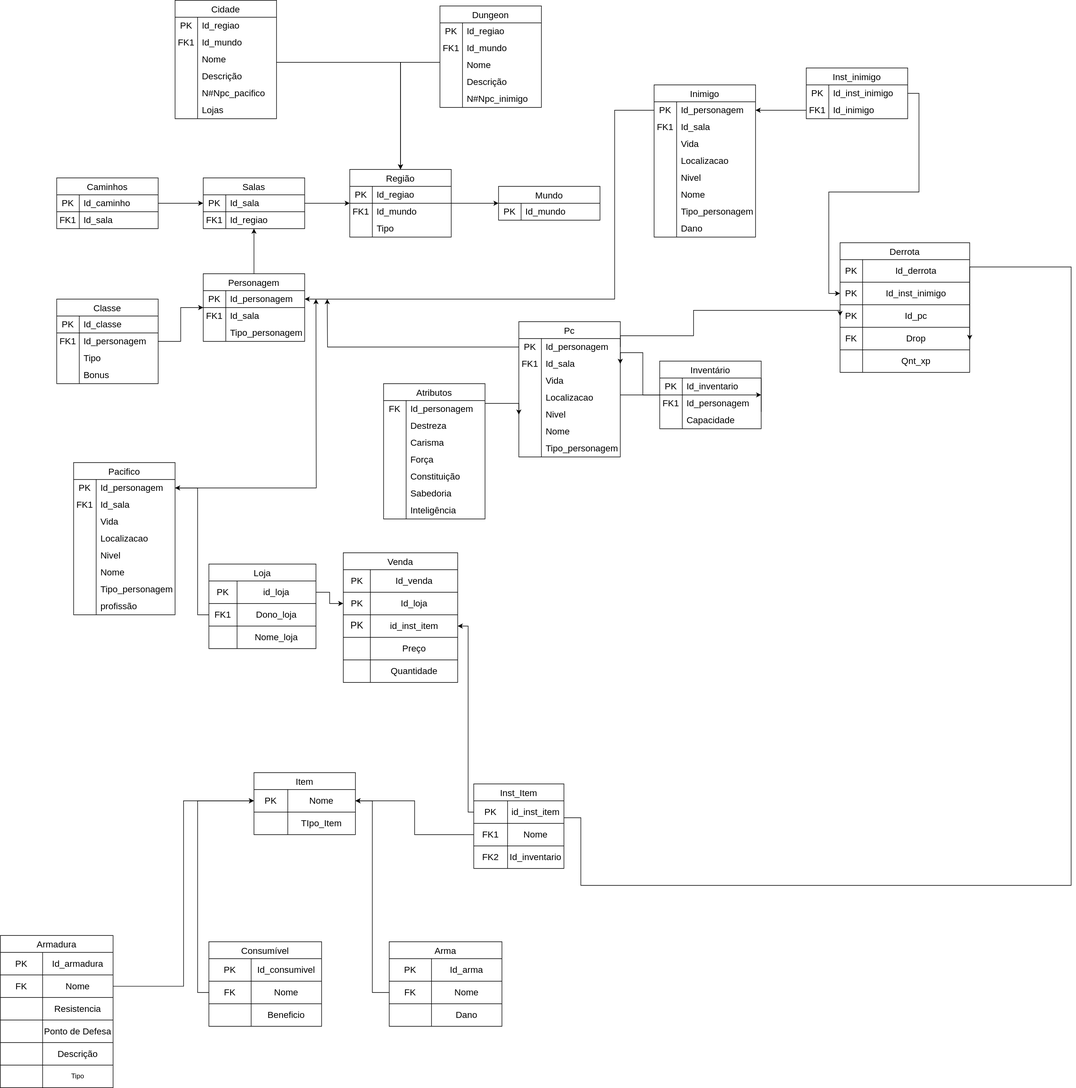
This is docs/modulo_01/MER.drawio.svg from SBD1/2024.2-D-D-classico, a draw.io export, as it was before one commit. Source tidied: cells renumbered, new cells last; positions are measured from the earlier drawing's top-left corner, leaving out a move shared by most shapes.
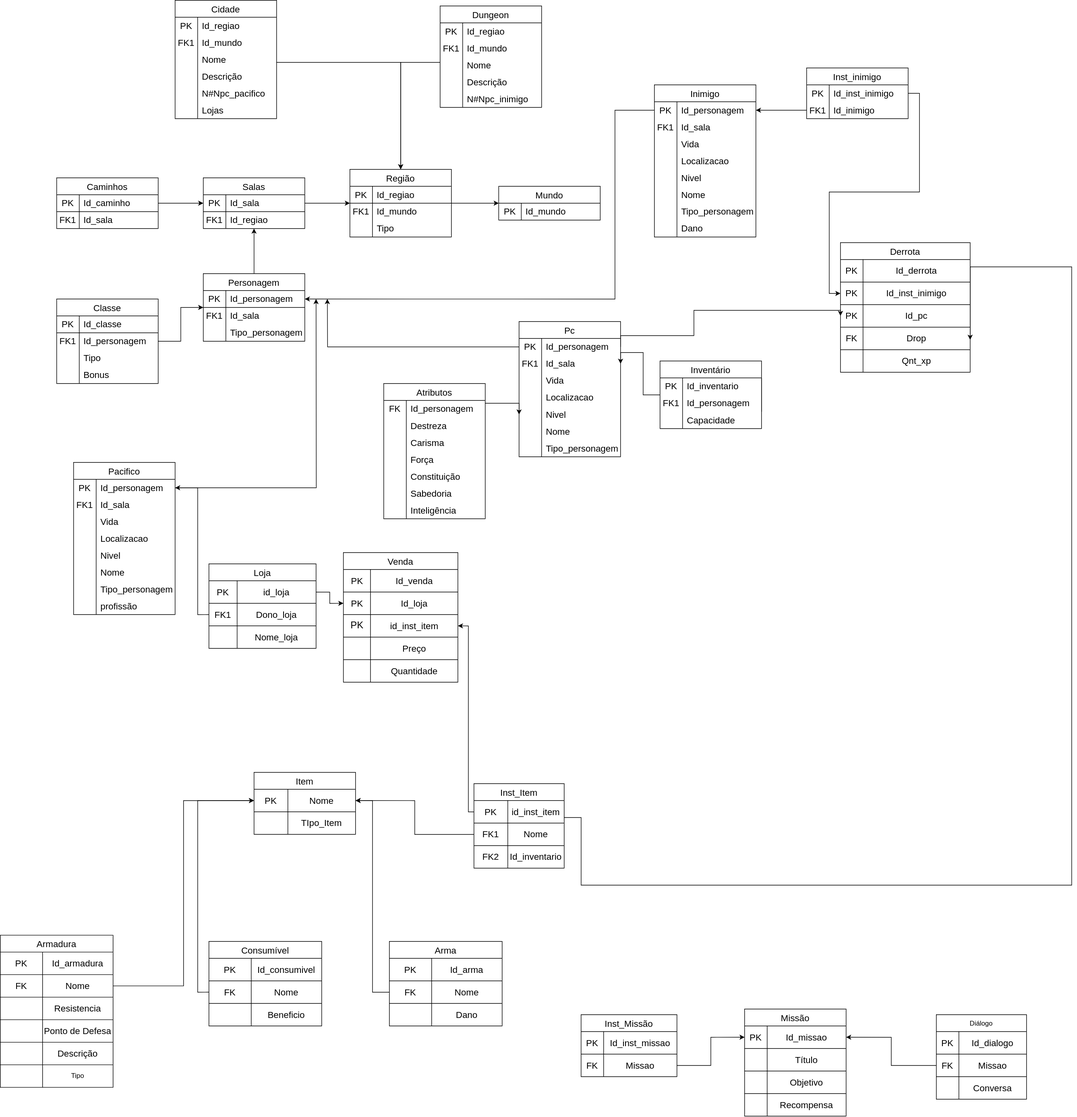
After the commit.

Change to the diagram source:
```diff
@@ -911,6 +911,45 @@
         <mxPoint x="560" y="530" as="targetPoint" />
       </mxGeometry>
     </mxCell>
+    <mxCell id="327" value="Missão" style="shape=table;startSize=30;fontSize=16;" parent="1" vertex="1">
+      <mxGeometry x="1320" y="1790" width="180" height="190" as="geometry" />
+    </mxCell>
+    <mxCell id="328" style="shape=tableRow;horizontal=0;startSize=0;swimlaneHead=0;swimlaneBody=0;strokeColor=inherit;top=0;left=0;bottom=0;right=0;fillColor=none;points=[[0,0.5],[1,0.5]];portConstraint=eastwest;" parent="327" vertex="1">
+      <mxGeometry y="30" width="180" height="40" as="geometry" />
+    </mxCell>
+    <mxCell id="329" value="&lt;font style=&quot;font-size: 16px;&quot;&gt;PK&lt;br&gt;&lt;/font&gt;" style="shape=partialRectangle;html=1;whiteSpace=wrap;strokeColor=inherit;overflow=hidden;fillColor=none;top=0;left=0;bottom=0;right=0;" parent="328" vertex="1">
+      <mxGeometry width="40" height="40" as="geometry" />
+    </mxCell>
+    <mxCell id="330" value="&lt;font style=&quot;font-size: 16px;&quot;&gt;Id_missao&lt;br&gt;&lt;/font&gt;" style="shape=partialRectangle;html=1;whiteSpace=wrap;strokeColor=inherit;overflow=hidden;fillColor=none;top=0;left=0;bottom=0;right=0;" parent="328" vertex="1">
+      <mxGeometry x="40" width="140" height="40" as="geometry" />
+    </mxCell>
+    <mxCell id="331" style="shape=tableRow;horizontal=0;startSize=0;swimlaneHead=0;swimlaneBody=0;strokeColor=inherit;top=0;left=0;bottom=0;right=0;fillColor=none;" parent="327" vertex="1">
+      <mxGeometry y="70" width="180" height="40" as="geometry" />
+    </mxCell>
+    <mxCell id="332" style="shape=partialRectangle;html=1;whiteSpace=wrap;strokeColor=inherit;overflow=hidden;fillColor=none;top=0;left=0;bottom=0;right=0;" parent="331" vertex="1">
+      <mxGeometry width="40" height="40" as="geometry" />
+    </mxCell>
+    <mxCell id="333" value="&lt;font style=&quot;font-size: 16px;&quot;&gt;Título&lt;/font&gt;" style="shape=partialRectangle;html=1;whiteSpace=wrap;strokeColor=inherit;overflow=hidden;fillColor=none;top=0;left=0;bottom=0;right=0;" parent="331" vertex="1">
+      <mxGeometry x="40" width="140" height="40" as="geometry" />
+    </mxCell>
+    <mxCell id="334" style="shape=tableRow;horizontal=0;startSize=0;swimlaneHead=0;swimlaneBody=0;strokeColor=inherit;top=0;left=0;bottom=0;right=0;fillColor=none;" parent="327" vertex="1">
+      <mxGeometry y="110" width="180" height="40" as="geometry" />
+    </mxCell>
+    <mxCell id="335" style="shape=partialRectangle;html=1;whiteSpace=wrap;strokeColor=inherit;overflow=hidden;fillColor=none;top=0;left=0;bottom=0;right=0;" parent="334" vertex="1">
+      <mxGeometry width="40" height="40" as="geometry" />
+    </mxCell>
+    <mxCell id="336" value="&lt;font style=&quot;font-size: 16px;&quot;&gt;Objetivo&lt;/font&gt;" style="shape=partialRectangle;html=1;whiteSpace=wrap;strokeColor=inherit;overflow=hidden;fillColor=none;top=0;left=0;bottom=0;right=0;" parent="334" vertex="1">
+      <mxGeometry x="40" width="140" height="40" as="geometry" />
+    </mxCell>
+    <mxCell id="337" style="shape=tableRow;horizontal=0;startSize=0;swimlaneHead=0;swimlaneBody=0;strokeColor=inherit;top=0;left=0;bottom=0;right=0;fillColor=none;" parent="327" vertex="1">
+      <mxGeometry y="150" width="180" height="40" as="geometry" />
+    </mxCell>
+    <mxCell id="338" style="shape=partialRectangle;html=1;whiteSpace=wrap;strokeColor=inherit;overflow=hidden;fillColor=none;top=0;left=0;bottom=0;right=0;" parent="337" vertex="1">
+      <mxGeometry width="40" height="40" as="geometry" />
+    </mxCell>
+    <mxCell id="339" value="&lt;font style=&quot;font-size: 16px;&quot;&gt;Recompensa&lt;/font&gt;" style="shape=partialRectangle;html=1;whiteSpace=wrap;strokeColor=inherit;overflow=hidden;fillColor=none;top=0;left=0;bottom=0;right=0;" parent="337" vertex="1">
+      <mxGeometry x="40" width="140" height="40" as="geometry" />
+    </mxCell>
     <mxCell id="290" value="Cidade" style="shape=table;startSize=30;rowLines=0;fontStyle=0;strokeColor=default;fontSize=16;" parent="1" vertex="1">
       <mxGeometry x="310" width="180" height="210" as="geometry" />
     </mxCell>
@@ -968,6 +1007,27 @@
     <mxCell id="308" value="Lojas" style="shape=partialRectangle;html=1;whiteSpace=wrap;fillColor=none;top=0;left=0;bottom=0;right=0;align=left;spacingLeft=6;overflow=hidden;strokeColor=inherit;fontSize=16;" parent="306" vertex="1">
       <mxGeometry x="40" width="140" height="30" as="geometry" />
     </mxCell>
+    <mxCell id="340" value="Inst_Missão" style="shape=table;startSize=30;fontSize=16;" parent="1" vertex="1">
+      <mxGeometry x="1030" y="1800" width="170" height="110" as="geometry" />
+    </mxCell>
+    <mxCell id="341" style="shape=tableRow;horizontal=0;startSize=0;swimlaneHead=0;swimlaneBody=0;strokeColor=inherit;top=0;left=0;bottom=0;right=0;fillColor=none;" parent="340" vertex="1">
+      <mxGeometry y="30" width="170" height="40" as="geometry" />
+    </mxCell>
+    <mxCell id="342" value="&lt;font style=&quot;font-size: 16px;&quot;&gt;PK&lt;/font&gt;" style="shape=partialRectangle;html=1;whiteSpace=wrap;strokeColor=inherit;overflow=hidden;fillColor=none;top=0;left=0;bottom=0;right=0;" parent="341" vertex="1">
+      <mxGeometry width="40" height="40" as="geometry" />
+    </mxCell>
+    <mxCell id="343" value="&lt;font style=&quot;font-size: 16px;&quot;&gt;Id_inst_missao&lt;/font&gt;" style="shape=partialRectangle;html=1;whiteSpace=wrap;strokeColor=inherit;overflow=hidden;fillColor=none;top=0;left=0;bottom=0;right=0;" parent="341" vertex="1">
+      <mxGeometry x="40" width="130" height="40" as="geometry" />
+    </mxCell>
+    <mxCell id="344" style="shape=tableRow;horizontal=0;startSize=0;swimlaneHead=0;swimlaneBody=0;strokeColor=inherit;top=0;left=0;bottom=0;right=0;fillColor=none;points=[[0,0.5],[1,0.5]];portConstraint=eastwest;" parent="340" vertex="1">
+      <mxGeometry y="70" width="170" height="40" as="geometry" />
+    </mxCell>
+    <mxCell id="345" value="&lt;font style=&quot;font-size: 16px;&quot;&gt;FK&lt;br&gt;&lt;/font&gt;" style="shape=partialRectangle;html=1;whiteSpace=wrap;strokeColor=inherit;overflow=hidden;fillColor=none;top=0;left=0;bottom=0;right=0;" parent="344" vertex="1">
+      <mxGeometry width="40" height="40" as="geometry" />
+    </mxCell>
+    <mxCell id="346" value="&lt;font style=&quot;font-size: 16px;&quot;&gt;Missao&lt;br&gt;&lt;/font&gt;" style="shape=partialRectangle;html=1;whiteSpace=wrap;strokeColor=inherit;overflow=hidden;fillColor=none;top=0;left=0;bottom=0;right=0;" parent="344" vertex="1">
+      <mxGeometry x="40" width="130" height="40" as="geometry" />
+    </mxCell>
     <mxCell id="309" style="edgeStyle=orthogonalEdgeStyle;rounded=0;jettySize=auto;html=1;entryX=1;entryY=0.5;entryDx=0;entryDy=0;" parent="1" edge="1" source="97" target="113">
       <mxGeometry relative="1" as="geometry">
         <Array as="points">
@@ -976,6 +1036,9 @@
         </Array>
       </mxGeometry>
     </mxCell>
+    <mxCell id="347" style="edgeStyle=orthogonalEdgeStyle;rounded=0;jettySize=auto;html=1;entryX=0;entryY=0.5;entryDx=0;entryDy=0;" parent="1" edge="1" source="344" target="328">
+      <mxGeometry relative="1" as="geometry" />
+    </mxCell>
     <mxCell id="310" value="Dungeon" style="shape=table;startSize=30;rowLines=0;fontStyle=0;strokeColor=default;fontSize=16;" parent="1" vertex="1">
       <mxGeometry x="780" y="10" width="180" height="180" as="geometry" />
     </mxCell>
@@ -1024,8 +1087,41 @@
     <mxCell id="325" value="N#Npc_inimigo" style="shape=partialRectangle;html=1;whiteSpace=wrap;fillColor=none;top=0;left=0;bottom=0;right=0;align=left;spacingLeft=6;overflow=hidden;strokeColor=inherit;fontSize=16;" parent="323" vertex="1">
       <mxGeometry x="40" width="140" height="30" as="geometry" />
     </mxCell>
+    <mxCell id="348" value="Diálogo" style="shape=table;startSize=30;" parent="1" vertex="1">
+      <mxGeometry x="1660" y="1800" width="160" height="150" as="geometry" />
+    </mxCell>
+    <mxCell id="349" style="shape=tableRow;horizontal=0;startSize=0;swimlaneHead=0;swimlaneBody=0;strokeColor=inherit;top=0;left=0;bottom=0;right=0;fillColor=none;" parent="348" vertex="1">
+      <mxGeometry y="30" width="160" height="40" as="geometry" />
+    </mxCell>
+    <mxCell id="350" value="&lt;font style=&quot;font-size: 16px;&quot;&gt;PK&lt;/font&gt;" style="shape=partialRectangle;html=1;whiteSpace=wrap;strokeColor=inherit;overflow=hidden;fillColor=none;top=0;left=0;bottom=0;right=0;" parent="349" vertex="1">
+      <mxGeometry width="40" height="40" as="geometry" />
+    </mxCell>
+    <mxCell id="351" value="&lt;font style=&quot;font-size: 16px;&quot;&gt;Id_dialogo&lt;/font&gt;" style="shape=partialRectangle;html=1;whiteSpace=wrap;strokeColor=inherit;overflow=hidden;fillColor=none;top=0;left=0;bottom=0;right=0;" parent="349" vertex="1">
+      <mxGeometry x="40" width="120" height="40" as="geometry" />
+    </mxCell>
+    <mxCell id="352" style="shape=tableRow;horizontal=0;startSize=0;swimlaneHead=0;swimlaneBody=0;strokeColor=inherit;top=0;left=0;bottom=0;right=0;fillColor=none;points=[[0,0.5],[1,0.5]];portConstraint=eastwest;" parent="348" vertex="1">
+      <mxGeometry y="70" width="160" height="40" as="geometry" />
+    </mxCell>
+    <mxCell id="353" value="&lt;font style=&quot;font-size: 16px;&quot;&gt;FK&lt;/font&gt;" style="shape=partialRectangle;html=1;whiteSpace=wrap;strokeColor=inherit;overflow=hidden;fillColor=none;top=0;left=0;bottom=0;right=0;" parent="352" vertex="1">
+      <mxGeometry width="40" height="40" as="geometry" />
+    </mxCell>
+    <mxCell id="354" value="&lt;font style=&quot;font-size: 16px;&quot;&gt;Missao&lt;br&gt;&lt;/font&gt;" style="shape=partialRectangle;html=1;whiteSpace=wrap;strokeColor=inherit;overflow=hidden;fillColor=none;top=0;left=0;bottom=0;right=0;" parent="352" vertex="1">
+      <mxGeometry x="40" width="120" height="40" as="geometry" />
+    </mxCell>
+    <mxCell id="355" style="shape=tableRow;horizontal=0;startSize=0;swimlaneHead=0;swimlaneBody=0;strokeColor=inherit;top=0;left=0;bottom=0;right=0;fillColor=none;" parent="348" vertex="1">
+      <mxGeometry y="110" width="160" height="40" as="geometry" />
+    </mxCell>
+    <mxCell id="356" style="shape=partialRectangle;html=1;whiteSpace=wrap;strokeColor=inherit;overflow=hidden;fillColor=none;top=0;left=0;bottom=0;right=0;" parent="355" vertex="1">
+      <mxGeometry width="40" height="40" as="geometry" />
+    </mxCell>
+    <mxCell id="357" value="&lt;font style=&quot;font-size: 16px;&quot;&gt;Conversa&lt;/font&gt;" style="shape=partialRectangle;html=1;whiteSpace=wrap;strokeColor=inherit;overflow=hidden;fillColor=none;top=0;left=0;bottom=0;right=0;" parent="355" vertex="1">
+      <mxGeometry x="40" width="120" height="40" as="geometry" />
+    </mxCell>
     <mxCell id="326" style="edgeStyle=orthogonalEdgeStyle;rounded=0;jettySize=auto;html=1;entryX=0;entryY=0.5;entryDx=0;entryDy=0;" parent="1" edge="1" source="86" target="110">
       <mxGeometry relative="1" as="geometry" />
     </mxCell>
+    <mxCell id="358" style="edgeStyle=orthogonalEdgeStyle;rounded=0;jettySize=auto;html=1;entryX=1;entryY=0.5;entryDx=0;entryDy=0;" parent="1" edge="1" source="352" target="328">
+      <mxGeometry relative="1" as="geometry" />
+    </mxCell>
   </root>
 </mxGraphModel>
```
